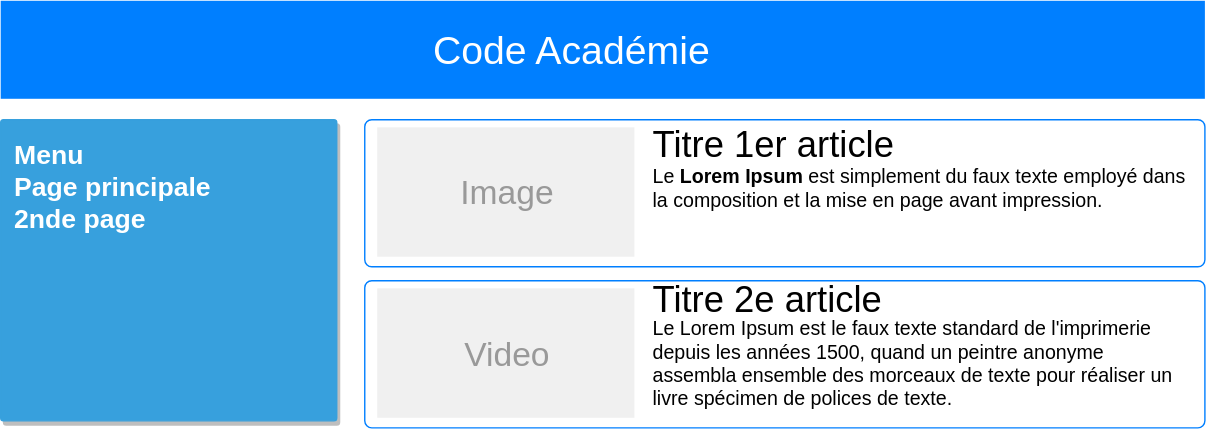
This is Exercice1.svg from code-academie/website, a draw.io export, as it was before one commit. Source tidied: cells renumbered, new cells last; positions are measured from the earlier drawing's top-left corner, leaving out a move shared by most shapes. The source it was exported from:
```xml
<mxGraphModel background="#ffffff">
  <root>
    <mxCell id="0" style="html=1;" />
    <mxCell id="1" style="html=1;" parent="0" />
    <mxCell id="2" style="html=1;shadow=0;dashed=0;shape=mxgraph.bootstrap.rect;fillColor=#007FFF;strokeColor=none;whiteSpace=wrap;rounded=0;fontSize=12;fontColor=#000000;align=center;" parent="1" vertex="1">
      <mxGeometry width="860" height="70" as="geometry" />
    </mxCell>
    <mxCell id="3" value="Code Académie" style="html=1;shadow=0;dashed=0;fillColor=none;strokeColor=none;shape=mxgraph.bootstrap.rect;fontColor=#FFFFFF;whiteSpace=wrap;fontSize=28;" parent="2" vertex="1">
      <mxGeometry x="269.8" width="275.9" height="70" as="geometry" />
    </mxCell>
    <mxCell id="4" value="Menu&lt;div&gt;Page principale&lt;/div&gt;&lt;div&gt;2nde page&lt;/div&gt;" style="html=1;shadow=0;dashed=0;shape=mxgraph.bootstrap.rrect;fontSize=19;rSize=2;strokeColor=#37A0DD;fillColor=#37A0DD;align=left;verticalAlign=top;spacing=10;shadow=1;whiteSpace=wrap;rounded=0;fontStyle=1;fontColor=#FFFFFF;" parent="1" vertex="1">
      <mxGeometry y="85" width="240" height="215" as="geometry" />
    </mxCell>
    <mxCell id="5" style="html=1;shadow=0;dashed=0;shape=mxgraph.bootstrap.rrect;fillColor=#ffffff;rSize=5;strokeColor=#007FFF;rounded=0;fontSize=12;fontColor=#000000;align=center;" parent="1" vertex="1">
      <mxGeometry x="260" y="85" width="600" height="105" as="geometry" />
    </mxCell>
    <mxCell id="6" value="Image" style="shape=rect;fontSize=24;fillColor=#f0f0f0;strokeColor=none;fontColor=#999999;whiteSpace=wrap;" parent="5" vertex="1">
      <mxGeometry x="8.9" y="5.4" width="183.7" height="92.4" as="geometry" />
    </mxCell>
    <mxCell id="7" value="Titre 1er article" style="html=1;shadow=0;dashed=0;shape=mxgraph.bootstrap.anchor;fontSize=26;align=left;whiteSpace=wrap;" parent="5" vertex="1">
      <mxGeometry x="204.4" y="12.8" width="340.7" height="10.6" as="geometry" />
    </mxCell>
    <mxCell id="8" value="&lt;span&gt;Le&amp;nbsp;&lt;/span&gt;&lt;strong&gt;Lorem Ipsum&amp;nbsp;&lt;/strong&gt;&lt;span&gt;est simplement du faux texte employé dans la composition et la mise en page avant impression.&amp;nbsp;&lt;/span&gt;" style="html=1;shadow=0;dashed=0;shape=mxgraph.bootstrap.anchor;strokeColor=#dddddd;whiteSpace=wrap;align=left;verticalAlign=top;fontSize=14;whiteSpace=wrap;" parent="5" vertex="1">
      <mxGeometry x="204" y="26" width="386" height="64" as="geometry" />
    </mxCell>
    <mxCell id="9" style="html=1;shadow=0;dashed=0;shape=mxgraph.bootstrap.rrect;fillColor=#ffffff;rSize=5;strokeColor=#007FFF;rounded=0;fontSize=12;fontColor=#000000;align=center;" parent="1" vertex="1">
      <mxGeometry x="260" y="200" width="600" height="105" as="geometry" />
    </mxCell>
    <mxCell id="10" value="Video" style="shape=rect;fontSize=24;fillColor=#f0f0f0;strokeColor=none;fontColor=#999999;whiteSpace=wrap;" parent="9" vertex="1">
      <mxGeometry x="8.9" y="5.4" width="183.7" height="92.4" as="geometry" />
    </mxCell>
    <mxCell id="11" value="Titre 2e article" style="html=1;shadow=0;dashed=0;shape=mxgraph.bootstrap.anchor;fontSize=26;align=left;whiteSpace=wrap;" parent="9" vertex="1">
      <mxGeometry x="204.4" y="8.8" width="340.7" height="10.6" as="geometry" />
    </mxCell>
    <mxCell id="12" value="Le Lorem Ipsum est le faux texte standard de l'imprimerie depuis les années 1500, quand un peintre anonyme assembla ensemble des morceaux de texte pour réaliser un livre spécimen de polices de texte.&lt;br&gt;" style="html=1;shadow=0;dashed=0;shape=mxgraph.bootstrap.anchor;strokeColor=#dddddd;whiteSpace=wrap;align=left;verticalAlign=top;fontSize=14;whiteSpace=wrap;" parent="9" vertex="1">
      <mxGeometry x="204" y="19" width="386" height="61" as="geometry" />
    </mxCell>
  </root>
</mxGraphModel>
```
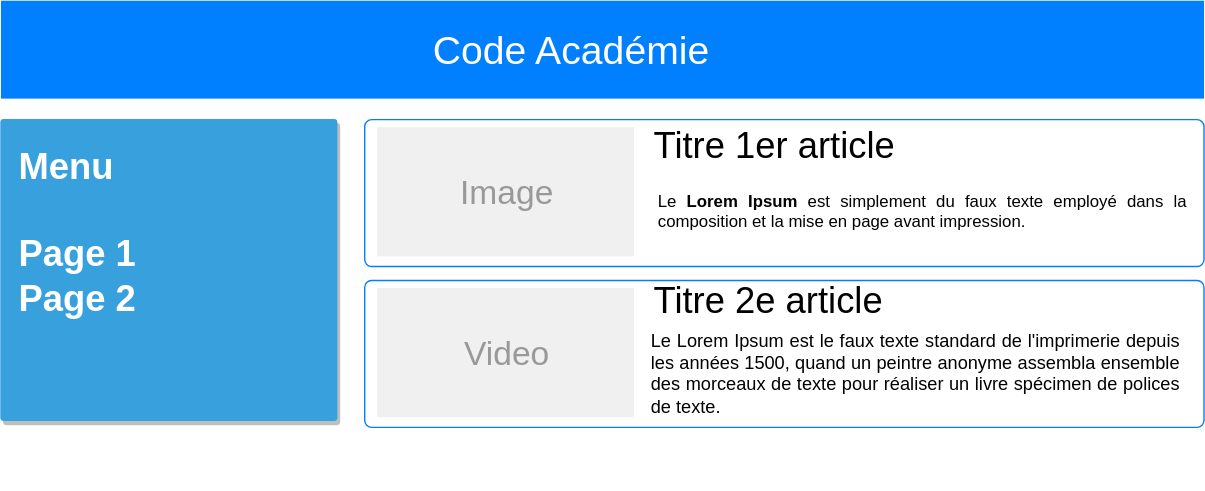
After the commit.

Commit message:
Mise à jour car wiki ne gère pas tout le svg

The edit, as a diff of the source:
```diff
@@ -8,7 +8,7 @@
     <mxCell id="3" value="Code Académie" style="html=1;shadow=0;dashed=0;fillColor=none;strokeColor=none;shape=mxgraph.bootstrap.rect;fontColor=#FFFFFF;whiteSpace=wrap;fontSize=28;" parent="2" vertex="1">
       <mxGeometry x="269.8" width="275.9" height="70" as="geometry" />
     </mxCell>
-    <mxCell id="4" value="Menu&lt;div&gt;Page principale&lt;/div&gt;&lt;div&gt;2nde page&lt;/div&gt;" style="html=1;shadow=0;dashed=0;shape=mxgraph.bootstrap.rrect;fontSize=19;rSize=2;strokeColor=#37A0DD;fillColor=#37A0DD;align=left;verticalAlign=top;spacing=10;shadow=1;whiteSpace=wrap;rounded=0;fontStyle=1;fontColor=#FFFFFF;" parent="1" vertex="1">
+    <mxCell id="4" style="html=1;shadow=0;dashed=0;shape=mxgraph.bootstrap.rrect;fontSize=19;rSize=2;strokeColor=#37A0DD;fillColor=#37A0DD;align=left;verticalAlign=top;spacing=10;shadow=1;whiteSpace=wrap;rounded=0;fontStyle=1;fontColor=#FFFFFF;" parent="1" vertex="1">
       <mxGeometry y="85" width="240" height="215" as="geometry" />
     </mxCell>
     <mxCell id="5" style="html=1;shadow=0;dashed=0;shape=mxgraph.bootstrap.rrect;fillColor=#ffffff;rSize=5;strokeColor=#007FFF;rounded=0;fontSize=12;fontColor=#000000;align=center;" parent="1" vertex="1">
@@ -20,8 +20,8 @@
     <mxCell id="7" value="Titre 1er article" style="html=1;shadow=0;dashed=0;shape=mxgraph.bootstrap.anchor;fontSize=26;align=left;whiteSpace=wrap;" parent="5" vertex="1">
       <mxGeometry x="204.4" y="12.8" width="340.7" height="10.6" as="geometry" />
     </mxCell>
-    <mxCell id="8" value="&lt;span&gt;Le&amp;nbsp;&lt;/span&gt;&lt;strong&gt;Lorem Ipsum&amp;nbsp;&lt;/strong&gt;&lt;span&gt;est simplement du faux texte employé dans la composition et la mise en page avant impression.&amp;nbsp;&lt;/span&gt;" style="html=1;shadow=0;dashed=0;shape=mxgraph.bootstrap.anchor;strokeColor=#dddddd;whiteSpace=wrap;align=left;verticalAlign=top;fontSize=14;whiteSpace=wrap;" parent="5" vertex="1">
-      <mxGeometry x="204" y="26" width="386" height="64" as="geometry" />
+    <mxCell id="8" value="&lt;div style=&quot;text-align: justify&quot;&gt;&lt;span style=&quot;color: rgb(0 , 0 , 0)&quot;&gt;Le&amp;nbsp;&lt;/span&gt;&lt;strong style=&quot;color: rgb(0 , 0 , 0)&quot;&gt;Lorem Ipsum&amp;nbsp;&lt;/strong&gt;&lt;span style=&quot;color: rgb(0 , 0 , 0)&quot;&gt;est simplement du faux texte employé dans la composition et la mise en page avant impression.&lt;/span&gt;&lt;/div&gt;" style="text;html=1;strokeColor=none;fillColor=none;align=center;verticalAlign=middle;whiteSpace=wrap;labelBackgroundColor=#FFFFFF;fontSize=12;fontColor=#FFFFFF;" parent="5" vertex="1">
+      <mxGeometry x="209" y="40" width="380" height="50" as="geometry" />
     </mxCell>
     <mxCell id="9" style="html=1;shadow=0;dashed=0;shape=mxgraph.bootstrap.rrect;fillColor=#ffffff;rSize=5;strokeColor=#007FFF;rounded=0;fontSize=12;fontColor=#000000;align=center;" parent="1" vertex="1">
       <mxGeometry x="260" y="200" width="600" height="105" as="geometry" />
@@ -32,8 +32,14 @@
     <mxCell id="11" value="Titre 2e article" style="html=1;shadow=0;dashed=0;shape=mxgraph.bootstrap.anchor;fontSize=26;align=left;whiteSpace=wrap;" parent="9" vertex="1">
       <mxGeometry x="204.4" y="8.8" width="340.7" height="10.6" as="geometry" />
     </mxCell>
-    <mxCell id="12" value="Le Lorem Ipsum est le faux texte standard de l'imprimerie depuis les années 1500, quand un peintre anonyme assembla ensemble des morceaux de texte pour réaliser un livre spécimen de polices de texte.&lt;br&gt;" style="html=1;shadow=0;dashed=0;shape=mxgraph.bootstrap.anchor;strokeColor=#dddddd;whiteSpace=wrap;align=left;verticalAlign=top;fontSize=14;whiteSpace=wrap;" parent="9" vertex="1">
-      <mxGeometry x="204" y="19" width="386" height="61" as="geometry" />
+    <mxCell id="12" value="&lt;div style=&quot;text-align: justify&quot;&gt;&lt;span style=&quot;color: rgb(0 , 0 , 0)&quot;&gt;Le Lorem Ipsum est le faux texte standard de l'imprimerie depuis les années 1500, quand un peintre anonyme assembla ensemble des morceaux de texte pour réaliser un livre spécimen de polices de texte.&lt;/span&gt;&lt;/div&gt;" style="text;html=1;strokeColor=none;fillColor=none;align=center;verticalAlign=middle;whiteSpace=wrap;labelBackgroundColor=#FFFFFF;fontSize=13;fontColor=#FFFFFF;" parent="9" vertex="1">
+      <mxGeometry x="204" y="30" width="380" height="70" as="geometry" />
     </mxCell>
+    <mxCell id="13" value="Menu&lt;div&gt;&lt;br&gt;&lt;/div&gt;&lt;div&gt;Page 1&lt;/div&gt;&lt;div&gt;Page 2&lt;/div&gt;" style="html=1;shadow=0;dashed=0;shape=mxgraph.bootstrap.anchor;fontSize=26;align=left;whiteSpace=wrap;fontColor=#FFFFFF;fontStyle=1;" parent="1" vertex="1">
+      <mxGeometry x="10" y="100" width="341" height="130" as="geometry" />
+    </mxCell>
+    <mxCell id="14" value="Text" style="text;html=1;strokeColor=none;fillColor=none;align=center;verticalAlign=middle;whiteSpace=wrap;labelBackgroundColor=#FFFFFF;fontSize=19;fontColor=#FFFFFF;" parent="1" vertex="1">
+      <mxGeometry y="330" width="40" height="20" as="geometry" />
+    </mxCell>
   </root>
 </mxGraphModel>
```
